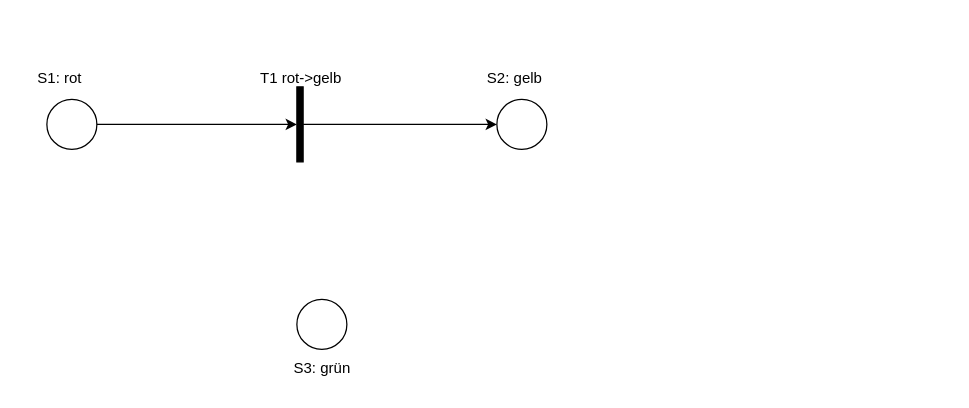
R4Tobi/modellierung keeps this draw.io diagram as 14-17 Petri-Netze/Aufgabe14/Aufgabe14.drawio. Above is the earlier version. Source tidied: cells renumbered, new cells numbered last; positions are measured from the earlier drawing's top-left corner, leaving out a move shared by most shapes. Both pictures are drawn from the tidied source at 125%, with x=0, y=0 at pixel (21, 59).
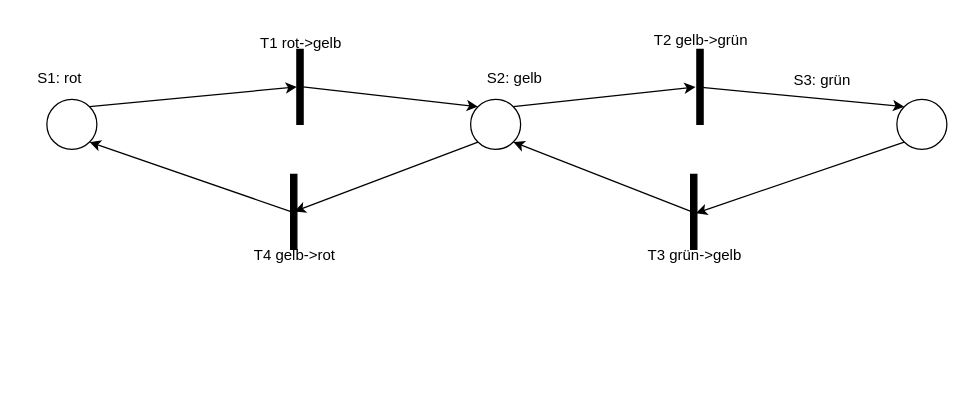
The same page after the edit.

The change refers to these unchanged cells:
```xml
<mxCell id="2" style="ellipse;" parent="1" vertex="1">
  <mxGeometry x="20" y="32" width="40" height="40" as="geometry" />
</mxCell>
```

Change to the diagram source:
```diff
@@
     <mxCell id="3" style="ellipse;" parent="1" vertex="1">
-      <mxGeometry x="380" y="32" width="40" height="40" as="geometry" />
+      <mxGeometry x="359" y="32" width="40" height="40" as="geometry" />
     </mxCell>
     <mxCell id="4" style="ellipse;" parent="1" vertex="1">
-      <mxGeometry x="220" y="192" width="40" height="40" as="geometry" />
+      <mxGeometry x="700" y="32" width="40" height="40" as="geometry" />
     </mxCell>
@@
     <mxCell id="7" value="S3: grün" style="text;html=1;align=center;verticalAlign=middle;strokeColor=none;fillColor=none;" parent="1" vertex="1">
-      <mxGeometry x="205" y="232" width="70" height="30" as="geometry" />
+      <mxGeometry x="605" y="2" width="70" height="30" as="geometry" />
     </mxCell>
-    <mxCell id="8" style="edgeStyle=orthogonalEdgeStyle;rounded=0;jettySize=auto;html=1;entryX=0;entryY=0.5;entryDx=0;entryDy=0;" parent="1" edge="1" source="9" target="3">
+    <mxCell id="8" style="rounded=0;jettySize=auto;html=1;entryX=0;entryY=0;entryDx=0;entryDy=0;exitX=0.96;exitY=0.499;exitDx=0;exitDy=0;exitPerimeter=0;" parent="1" edge="1" source="9" target="3">
       <mxGeometry relative="1" as="geometry" />
     </mxCell>
     <mxCell id="9" style="html=1;points=[];perimeter=orthogonalPerimeter;fillColor=strokeColor;" parent="1" vertex="1">
-      <mxGeometry x="220" y="22" width="5" height="60" as="geometry" />
+      <mxGeometry x="220" y="-8" width="5" height="60" as="geometry" />
     </mxCell>
     <mxCell id="10" value="T1 rot-&amp;gt;gelb" style="text;html=1;align=center;verticalAlign=middle;strokeColor=none;fillColor=none;" parent="1" vertex="1">
-      <mxGeometry x="177.5" width="90" height="30" as="geometry" />
+      <mxGeometry x="177.5" y="-28" width="90" height="30" as="geometry" />
     </mxCell>
-    <mxCell id="11" style="edgeStyle=orthogonalEdgeStyle;rounded=0;jettySize=auto;html=1;exitX=1;exitY=0.5;exitDx=0;exitDy=0;entryX=0;entryY=0.5;entryDx=0;entryDy=0;entryPerimeter=0;" parent="1" edge="1" source="2" target="9">
+    <mxCell id="11" style="rounded=0;jettySize=auto;html=1;exitX=1;exitY=0;exitDx=0;exitDy=0;entryX=0;entryY=0.5;entryDx=0;entryDy=0;entryPerimeter=0;" parent="1" edge="1" source="2" target="9">
       <mxGeometry relative="1" as="geometry" />
     </mxCell>
+    <mxCell id="12" style="rounded=0;jettySize=auto;html=1;entryX=0;entryY=0;entryDx=0;entryDy=0;exitX=0.353;exitY=0.503;exitDx=0;exitDy=0;exitPerimeter=0;" parent="1" edge="1" source="13" target="4">
+      <mxGeometry relative="1" as="geometry" />
+    </mxCell>
+    <mxCell id="13" style="html=1;points=[];perimeter=orthogonalPerimeter;fillColor=strokeColor;" parent="1" vertex="1">
+      <mxGeometry x="540" y="-8" width="5" height="60" as="geometry" />
+    </mxCell>
+    <mxCell id="14" value="T2 gelb-&amp;gt;grün" style="text;html=1;align=center;verticalAlign=middle;strokeColor=none;fillColor=none;" parent="1" vertex="1">
+      <mxGeometry x="492.5" y="-30" width="100" height="30" as="geometry" />
+    </mxCell>
+    <mxCell id="15" style="rounded=0;jettySize=auto;html=1;entryX=-0.216;entryY=0.503;entryDx=0;entryDy=0;entryPerimeter=0;exitX=1;exitY=0;exitDx=0;exitDy=0;" parent="1" edge="1" source="3" target="13">
+      <mxGeometry relative="1" as="geometry" />
+    </mxCell>
+    <mxCell id="16" style="rounded=0;jettySize=auto;html=1;entryX=1;entryY=1;entryDx=0;entryDy=0;exitX=0.552;exitY=0.511;exitDx=0;exitDy=0;exitPerimeter=0;" parent="1" edge="1" source="17" target="3">
+      <mxGeometry relative="1" as="geometry" />
+    </mxCell>
+    <mxCell id="17" style="html=1;points=[];perimeter=orthogonalPerimeter;fillColor=strokeColor;" parent="1" vertex="1">
+      <mxGeometry x="535" y="92" width="5" height="60" as="geometry" />
+    </mxCell>
+    <mxCell id="18" style="rounded=0;jettySize=auto;html=1;entryX=1;entryY=1;entryDx=0;entryDy=0;exitX=0.046;exitY=0.496;exitDx=0;exitDy=0;exitPerimeter=0;" parent="1" edge="1" source="19" target="2">
+      <mxGeometry relative="1" as="geometry" />
+    </mxCell>
+    <mxCell id="19" style="html=1;points=[];perimeter=orthogonalPerimeter;fillColor=strokeColor;" parent="1" vertex="1">
+      <mxGeometry x="215" y="92" width="5" height="60" as="geometry" />
+    </mxCell>
+    <mxCell id="20" value="T4 gelb-&amp;gt;rot" style="text;html=1;align=center;verticalAlign=middle;strokeColor=none;fillColor=none;" parent="1" vertex="1">
+      <mxGeometry x="172.5" y="142" width="90" height="30" as="geometry" />
+    </mxCell>
+    <mxCell id="21" value="T3 grün-&amp;gt;gelb" style="text;html=1;align=center;verticalAlign=middle;strokeColor=none;fillColor=none;" parent="1" vertex="1">
+      <mxGeometry x="487.5" y="142" width="100" height="30" as="geometry" />
+    </mxCell>
+    <mxCell id="22" style="rounded=0;jettySize=auto;html=1;exitX=0;exitY=1;exitDx=0;exitDy=0;entryX=0.856;entryY=0.517;entryDx=0;entryDy=0;entryPerimeter=0;" parent="1" edge="1" source="4" target="17">
+      <mxGeometry relative="1" as="geometry" />
+    </mxCell>
+    <mxCell id="23" style="rounded=0;jettySize=auto;html=1;exitX=0;exitY=1;exitDx=0;exitDy=0;entryX=0.613;entryY=0.495;entryDx=0;entryDy=0;entryPerimeter=0;" parent="1" edge="1" source="3" target="19">
+      <mxGeometry relative="1" as="geometry" />
+    </mxCell>
```
